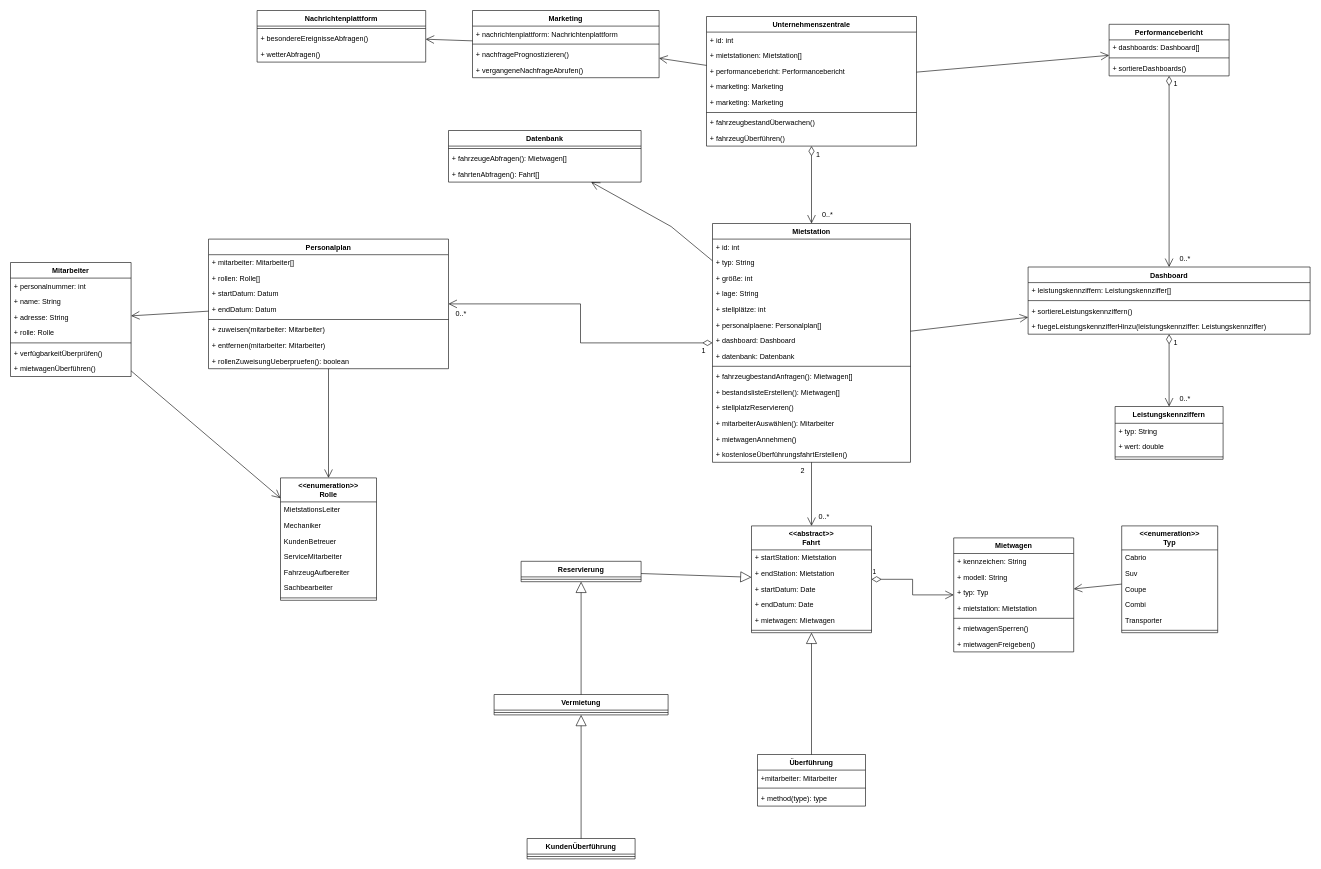
Above: E - Allgemeine Verwaltung/01 Klassendiagramm/01 Klassendiagramm - Allgemeine Verwaltung.drawio in DlieBG/car_rental (draw.io), before the change. Source tidied: cells renumbered, new cells numbered last; positions are measured from the earlier drawing's top-left corner, leaving out a move shared by most shapes. Both pictures are drawn from the tidied source at 60%, with x=0, y=0 at pixel (10, 10).
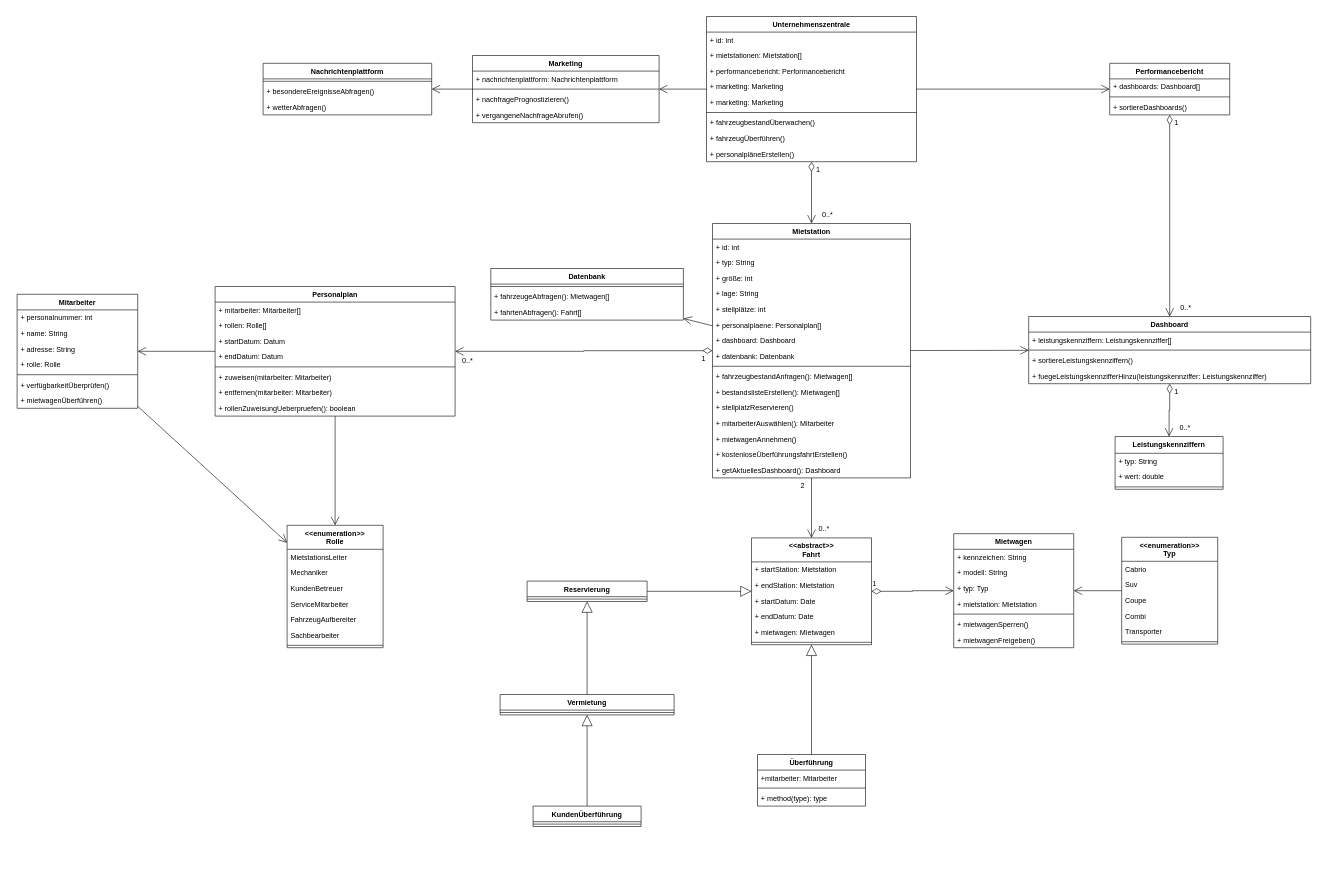
Above is the later version.

Change to the diagram source:
```diff
@@
     <mxCell id="2" value="Mietstation" style="swimlane;fontStyle=1;align=center;verticalAlign=top;horizontal=1;startSize=26;" parent="1" vertex="1">
-      <mxGeometry x="1170" y="355" width="330" height="398" as="geometry" />
+      <mxGeometry x="1170" y="355" width="330" height="424" as="geometry" />
     </mxCell>
@@
+    <mxCell id="139" value="+ getAktuellesDashboard(): Dashboard" style="text;strokeColor=none;fillColor=none;align=left;verticalAlign=top;spacingLeft=4;spacingRight=4;overflow=hidden;" parent="2" vertex="1">
+      <mxGeometry y="398" width="330" height="26" as="geometry" />
+    </mxCell>
     <mxCell id="18" value="Mietwagen" style="swimlane;fontStyle=1;align=center;verticalAlign=top;horizontal=1;startSize=26;" parent="1" vertex="1">
-      <mxGeometry x="1572" y="879" width="200" height="190" as="geometry" />
+      <mxGeometry x="1572" y="872" width="200" height="190" as="geometry" />
     </mxCell>
@@
     <mxCell id="26" value="Unternehmenszentrale" style="swimlane;fontStyle=1;align=center;verticalAlign=top;horizontal=1;startSize=26;" parent="1" vertex="1">
-      <mxGeometry x="1160" y="10" width="350" height="216" as="geometry" />
+      <mxGeometry x="1160" y="10" width="350" height="242" as="geometry" />
     </mxCell>
@@
+    <mxCell id="140" value="+ personalpläneErstellen()" style="text;strokeColor=none;fillColor=none;align=left;verticalAlign=top;spacingLeft=4;spacingRight=4;overflow=hidden;" parent="26" vertex="1">
+      <mxGeometry y="216" width="350" height="26" as="geometry" />
+    </mxCell>
     <mxCell id="35" value="Performancebericht" style="swimlane;fontStyle=1;align=center;verticalAlign=top;horizontal=1;startSize=26;" parent="1" vertex="1">
-      <mxGeometry x="1831" y="23" width="200" height="86" as="geometry" />
+      <mxGeometry x="1832" y="88" width="200" height="86" as="geometry" />
     </mxCell>
@@
     <mxCell id="39" value="Dashboard" style="swimlane;fontStyle=1;align=center;verticalAlign=top;horizontal=1;startSize=26;" parent="1" vertex="1">
-      <mxGeometry x="1696" y="427.5" width="470" height="112" as="geometry" />
+      <mxGeometry x="1697" y="510" width="470" height="112" as="geometry" />
     </mxCell>
@@
     <mxCell id="44" value="Mitarbeiter" style="swimlane;fontStyle=1;align=center;verticalAlign=top;horizontal=1;startSize=26;" parent="1" vertex="1">
-      <mxGeometry y="420" width="201" height="190" as="geometry" />
+      <mxGeometry x="11" y="473" width="201" height="190" as="geometry" />
     </mxCell>
@@
     <mxCell id="52" value="&lt;&lt;enumeration&gt;&gt;&#10;Rolle" style="swimlane;fontStyle=1;align=center;verticalAlign=top;horizontal=1;startSize=40;" parent="1" vertex="1">
-      <mxGeometry x="450" y="779" width="160" height="204" as="geometry" />
+      <mxGeometry x="461" y="858" width="160" height="204" as="geometry" />
     </mxCell>
@@
     <mxCell id="60" value="Vermietung" style="swimlane;fontStyle=1;align=center;verticalAlign=top;horizontal=1;startSize=26;" parent="1" vertex="1">
-      <mxGeometry x="806" y="1140" width="290" height="34" as="geometry" />
+      <mxGeometry x="816" y="1140" width="290" height="34" as="geometry" />
     </mxCell>
@@
     <mxCell id="62" value="Reservierung" style="swimlane;fontStyle=1;align=center;verticalAlign=top;horizontal=1;startSize=26;" parent="1" vertex="1">
-      <mxGeometry x="851" y="918" width="200" height="34" as="geometry" />
+      <mxGeometry x="861" y="951" width="200" height="34" as="geometry" />
     </mxCell>
@@
     <mxCell id="64" value="Leistungskennziffern" style="swimlane;fontStyle=1;align=center;verticalAlign=top;horizontal=1;startSize=28;" parent="1" vertex="1">
-      <mxGeometry x="1841" y="660" width="180" height="88" as="geometry" />
+      <mxGeometry x="1841" y="710" width="180" height="88" as="geometry" />
     </mxCell>
@@
     <mxCell id="68" value="Personalplan" style="swimlane;fontStyle=1;align=center;verticalAlign=top;horizontal=1;startSize=26;" parent="1" vertex="1">
-      <mxGeometry x="330" y="381" width="400" height="216" as="geometry" />
+      <mxGeometry x="341" y="460" width="400" height="216" as="geometry" />
     </mxCell>
@@
     <mxCell id="98" value="&lt;&lt;enumeration&gt;&gt;&#10;Typ" style="swimlane;fontStyle=1;align=center;verticalAlign=top;horizontal=1;startSize=40;" parent="1" vertex="1">
-      <mxGeometry x="1852" y="859" width="160" height="178" as="geometry" />
+      <mxGeometry x="1852" y="878" width="160" height="178" as="geometry" />
     </mxCell>
@@
     <mxCell id="106" value="&lt;&lt;abstract&gt;&gt;&#10;Fahrt&#10;" style="swimlane;fontStyle=1;align=center;verticalAlign=top;horizontal=1;startSize=40;fontSize=12;" parent="1" vertex="1">
-      <mxGeometry x="1235" y="859" width="200" height="178" as="geometry" />
+      <mxGeometry x="1235" y="879" width="200" height="178" as="geometry" />
     </mxCell>
@@
     <mxCell id="113" value="KundenÜberführung" style="swimlane;fontStyle=1;align=center;verticalAlign=top;horizontal=1;startSize=26;" parent="1" vertex="1">
-      <mxGeometry x="861" y="1380" width="180" height="34" as="geometry" />
+      <mxGeometry x="871" y="1326" width="180" height="34" as="geometry" />
     </mxCell>
@@
     <mxCell id="123" value="Marketing" style="swimlane;fontStyle=1;align=center;verticalAlign=top;horizontal=1;startSize=26;" parent="1" vertex="1">
-      <mxGeometry x="770" width="311" height="112" as="geometry" />
+      <mxGeometry x="770" y="75" width="311" height="112" as="geometry" />
     </mxCell>
@@
     <mxCell id="128" value="Datenbank" style="swimlane;fontStyle=1;align=center;verticalAlign=top;horizontal=1;startSize=26;" parent="1" vertex="1">
-      <mxGeometry x="730" y="200" width="321" height="86" as="geometry" />
+      <mxGeometry x="800.5" y="430" width="321" height="86" as="geometry" />
     </mxCell>
@@
     <mxCell id="132" style="endArrow=open;endFill=1;endSize=12;html=1;rounded=0;fontSize=12;" parent="1" edge="1" source="2" target="128">
-      <mxGeometry relative="1" as="geometry">
-        <Array as="points">
-          <mxPoint x="1101" y="360" />
-        </Array>
-      </mxGeometry>
+      <mxGeometry relative="1" as="geometry" />
     </mxCell>
     <mxCell id="133" value="Nachrichtenplattform" style="swimlane;fontStyle=1;align=center;verticalAlign=top;horizontal=1;startSize=26;" parent="1" vertex="1">
-      <mxGeometry x="411" width="281" height="86" as="geometry" />
+      <mxGeometry x="421" y="88" width="281" height="86" as="geometry" />
     </mxCell>
```
